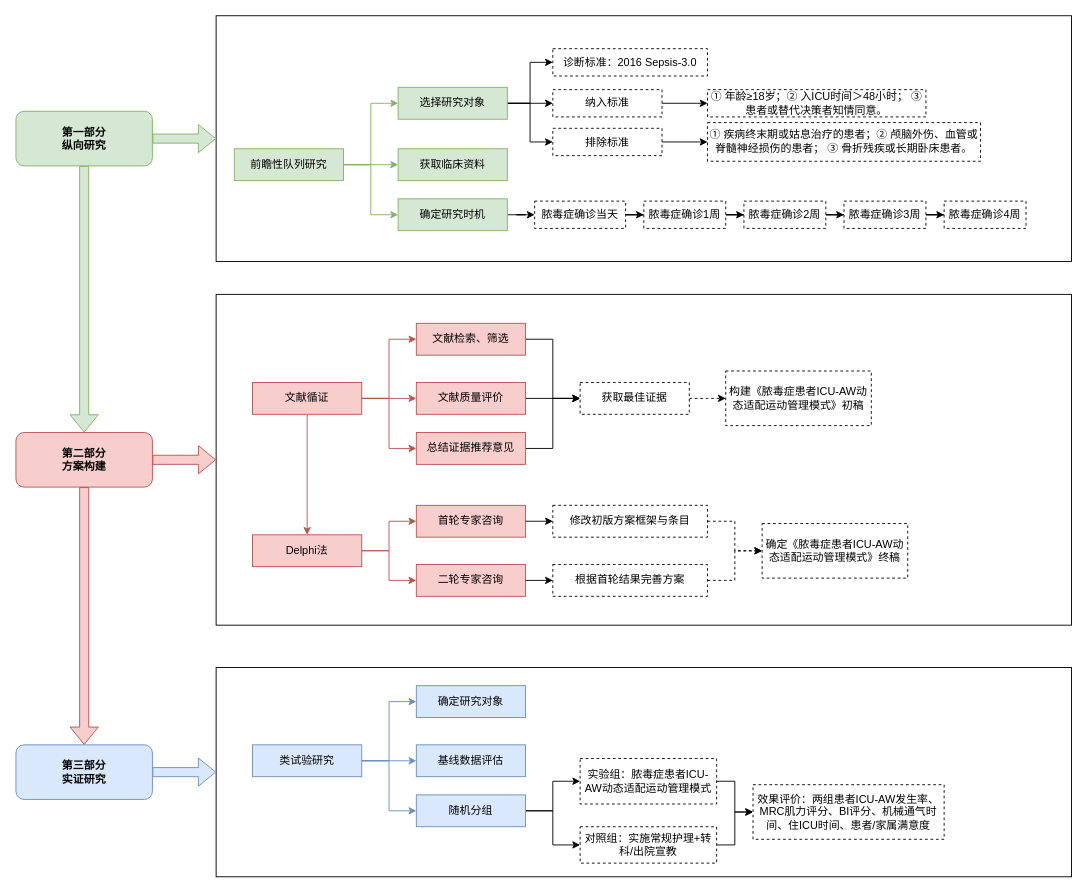
Above: 架构图.drawio in p1o2p3u1/draw_io_diagram (draw.io), before the change. Source tidied: cells renumbered, new cells numbered last; positions are measured from the earlier drawing's top-left corner, leaving out a move shared by most shapes. Both pictures are drawn from the tidied source at 91%, with x=0, y=0 at pixel (15, 15).
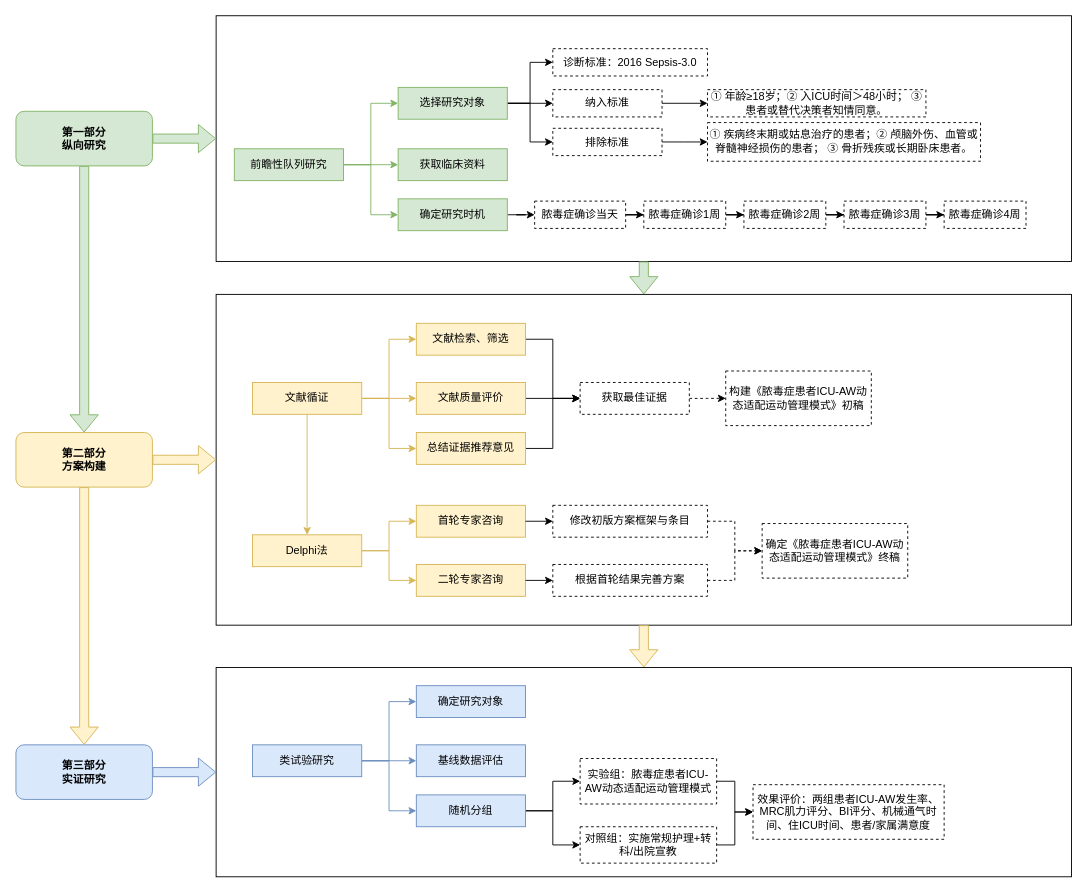
Above is the later version.

Commit message (it also covers changes not shown here):
更新架构图.drawio

Unchanged cells that the change refers to:
```xml
<mxCell id="2" style="rounded=0;whiteSpace=wrap;html=1;" parent="1" vertex="1">
  <mxGeometry x="220" y="716" width="940" height="230" as="geometry" />
</mxCell>
<mxCell id="3" style="rounded=0;whiteSpace=wrap;html=1;" parent="1" vertex="1">
  <mxGeometry x="220" y="306" width="940" height="363.5" as="geometry" />
</mxCell>
<mxCell id="4" style="rounded=0;whiteSpace=wrap;html=1;" parent="1" vertex="1">
  <mxGeometry x="220" y="-0.2" width="940" height="270" as="geometry" />
</mxCell>
<mxCell id="35" value="&lt;b&gt;第三部分&lt;/b&gt;&lt;div&gt;&lt;b&gt;实证研究&lt;/b&gt;&lt;/div&gt;" style="rounded=1;whiteSpace=wrap;html=1;fillColor=#dae8fc;strokeColor=#6c8ebf;" parent="1" vertex="1">
  <mxGeometry y="801" width="150" height="60" as="geometry" />
</mxCell>
```

Diff of the diagram source:
```diff
@@
-    <mxCell id="18" value="&lt;b&gt;第二部分&lt;/b&gt;&lt;div&gt;&lt;b&gt;方案构建&lt;/b&gt;&lt;/div&gt;" style="rounded=1;whiteSpace=wrap;html=1;fillColor=#f8cecc;strokeColor=#b85450;" parent="1" vertex="1">
+    <mxCell id="18" value="&lt;b&gt;第二部分&lt;/b&gt;&lt;div&gt;&lt;b&gt;方案构建&lt;/b&gt;&lt;/div&gt;" style="rounded=1;whiteSpace=wrap;html=1;fillColor=#fff2cc;strokeColor=#d6b656;fillStyle=auto;" parent="1" vertex="1">
       <mxGeometry y="457.8" width="150" height="60" as="geometry" />
     </mxCell>
-    <mxCell id="19" style="edgeStyle=orthogonalEdgeStyle;rounded=0;jettySize=auto;html=1;entryX=0;entryY=0.5;entryDx=0;entryDy=0;fillColor=#f8cecc;strokeColor=#b85450;" parent="1" edge="1" source="22" target="24">
+    <mxCell id="19" style="edgeStyle=orthogonalEdgeStyle;rounded=0;jettySize=auto;html=1;entryX=0;entryY=0.5;entryDx=0;entryDy=0;fillColor=#fff2cc;strokeColor=#d6b656;" parent="1" edge="1" source="22" target="24">
       <mxGeometry relative="1" as="geometry" />
     </mxCell>
-    <mxCell id="20" style="edgeStyle=orthogonalEdgeStyle;rounded=0;jettySize=auto;html=1;entryX=0;entryY=0.5;entryDx=0;entryDy=0;fillColor=#f8cecc;strokeColor=#b85450;" parent="1" edge="1" source="22" target="26">
+    <mxCell id="20" style="edgeStyle=orthogonalEdgeStyle;rounded=0;jettySize=auto;html=1;entryX=0;entryY=0.5;entryDx=0;entryDy=0;fillColor=#fff2cc;strokeColor=#d6b656;" parent="1" edge="1" source="22" target="26">
       <mxGeometry relative="1" as="geometry" />
     </mxCell>
-    <mxCell id="21" style="edgeStyle=orthogonalEdgeStyle;rounded=0;jettySize=auto;html=1;entryX=0;entryY=0.5;entryDx=0;entryDy=0;fillColor=#f8cecc;strokeColor=#b85450;" parent="1" edge="1" source="22" target="28">
+    <mxCell id="21" style="edgeStyle=orthogonalEdgeStyle;rounded=0;jettySize=auto;html=1;entryX=0;entryY=0.5;entryDx=0;entryDy=0;fillColor=#fff2cc;strokeColor=#d6b656;" parent="1" edge="1" source="22" target="28">
       <mxGeometry relative="1" as="geometry" />
     </mxCell>
-    <mxCell id="22" value="文献循证" style="rounded=0;whiteSpace=wrap;html=1;fillColor=#f8cecc;strokeColor=#b85450;" parent="1" vertex="1">
+    <mxCell id="22" value="文献循证" style="rounded=0;whiteSpace=wrap;html=1;fillColor=#fff2cc;strokeColor=#d6b656;" parent="1" vertex="1">
       <mxGeometry x="260" y="402.8" width="120" height="35" as="geometry" />
     </mxCell>
@@
-    <mxCell id="24" value="文献检索、筛选" style="rounded=0;whiteSpace=wrap;html=1;fillColor=#f8cecc;strokeColor=#b85450;" parent="1" vertex="1">
+    <mxCell id="24" value="文献检索、筛选" style="rounded=0;whiteSpace=wrap;html=1;fillColor=#fff2cc;strokeColor=#d6b656;" parent="1" vertex="1">
       <mxGeometry x="440" y="337.8" width="120" height="35" as="geometry" />
     </mxCell>
@@
-    <mxCell id="26" value="文献质量评价" style="rounded=0;whiteSpace=wrap;html=1;fillColor=#f8cecc;strokeColor=#b85450;" parent="1" vertex="1">
+    <mxCell id="26" value="文献质量评价" style="rounded=0;whiteSpace=wrap;html=1;fillColor=#fff2cc;strokeColor=#d6b656;" parent="1" vertex="1">
       <mxGeometry x="440" y="402.8" width="120" height="35" as="geometry" />
     </mxCell>
@@
-    <mxCell id="28" value="总结证据推荐意见" style="rounded=0;whiteSpace=wrap;html=1;fillColor=#f8cecc;strokeColor=#b85450;" parent="1" vertex="1">
+    <mxCell id="28" value="总结证据推荐意见" style="rounded=0;whiteSpace=wrap;html=1;fillColor=#fff2cc;strokeColor=#d6b656;" parent="1" vertex="1">
       <mxGeometry x="440" y="457.8" width="120" height="35" as="geometry" />
     </mxCell>
-    <mxCell id="29" style="edgeStyle=orthogonalEdgeStyle;rounded=0;jettySize=auto;html=1;entryX=0;entryY=0.5;entryDx=0;entryDy=0;fillColor=#f8cecc;strokeColor=#b85450;" parent="1" edge="1" source="31" target="32">
+    <mxCell id="29" style="edgeStyle=orthogonalEdgeStyle;rounded=0;jettySize=auto;html=1;entryX=0;entryY=0.5;entryDx=0;entryDy=0;fillColor=#fff2cc;strokeColor=#d6b656;" parent="1" edge="1" source="31" target="32">
       <mxGeometry relative="1" as="geometry" />
     </mxCell>
-    <mxCell id="30" style="edgeStyle=orthogonalEdgeStyle;rounded=0;jettySize=auto;html=1;entryX=0;entryY=0.5;entryDx=0;entryDy=0;fillColor=#f8cecc;strokeColor=#b85450;" parent="1" edge="1" source="31" target="33">
+    <mxCell id="30" style="edgeStyle=orthogonalEdgeStyle;rounded=0;jettySize=auto;html=1;entryX=0;entryY=0.5;entryDx=0;entryDy=0;fillColor=#fff2cc;strokeColor=#d6b656;" parent="1" edge="1" source="31" target="33">
       <mxGeometry relative="1" as="geometry" />
     </mxCell>
-    <mxCell id="31" value="Delphi法" style="rounded=0;whiteSpace=wrap;html=1;fillColor=#f8cecc;strokeColor=#b85450;" parent="1" vertex="1">
+    <mxCell id="31" value="Delphi法" style="rounded=0;whiteSpace=wrap;html=1;fillColor=#fff2cc;strokeColor=#d6b656;" parent="1" vertex="1">
       <mxGeometry x="260" y="570.2" width="120" height="35" as="geometry" />
     </mxCell>
-    <mxCell id="32" value="首轮专家咨询" style="rounded=0;whiteSpace=wrap;html=1;fillColor=#f8cecc;strokeColor=#b85450;" parent="1" vertex="1">
+    <mxCell id="32" value="首轮专家咨询" style="rounded=0;whiteSpace=wrap;html=1;fillColor=#fff2cc;strokeColor=#d6b656;" parent="1" vertex="1">
       <mxGeometry x="440" y="537.8" width="120" height="35" as="geometry" />
     </mxCell>
-    <mxCell id="33" value="二轮专家咨询" style="rounded=0;whiteSpace=wrap;html=1;fillColor=#f8cecc;strokeColor=#b85450;" parent="1" vertex="1">
+    <mxCell id="33" value="二轮专家咨询" style="rounded=0;whiteSpace=wrap;html=1;fillColor=#fff2cc;strokeColor=#d6b656;" parent="1" vertex="1">
       <mxGeometry x="440" y="602.8" width="120" height="35" as="geometry" />
     </mxCell>
-    <mxCell id="34" style="endArrow=classic;html=1;rounded=0;exitX=0.5;exitY=1;exitDx=0;exitDy=0;entryX=0.5;entryY=0;entryDx=0;entryDy=0;fillColor=#f8cecc;strokeColor=#b85450;" parent="1" edge="1" source="22" target="31">
+    <mxCell id="34" style="endArrow=classic;html=1;rounded=0;exitX=0.5;exitY=1;exitDx=0;exitDy=0;entryX=0.5;entryY=0;entryDx=0;entryDy=0;fillColor=#fff2cc;strokeColor=#d6b656;" parent="1" edge="1" source="22" target="31">
       <mxGeometry relative="1" as="geometry" />
     </mxCell>
@@
-    <mxCell id="36" style="shape=flexArrow;endArrow=classic;html=1;rounded=0;exitX=0.5;exitY=1;exitDx=0;exitDy=0;entryX=0.5;entryY=0;entryDx=0;entryDy=0;fillColor=#f8cecc;strokeColor=#b85450;" parent="1" edge="1" source="18" target="35">
+    <mxCell id="36" style="shape=flexArrow;endArrow=classic;html=1;rounded=0;exitX=0.5;exitY=1;exitDx=0;exitDy=0;entryX=0.5;entryY=0;entryDx=0;entryDy=0;fillColor=#fff2cc;strokeColor=#d6b656;" parent="1" edge="1" source="18" target="35">
       <mxGeometry relative="1" as="geometry" />
     </mxCell>
@@
-    <mxCell id="78" style="shape=flexArrow;endArrow=classic;html=1;rounded=0;exitX=1;exitY=0.5;exitDx=0;exitDy=0;entryX=0;entryY=0.5;entryDx=0;entryDy=0;fillColor=#f8cecc;strokeColor=#b85450;" parent="1" edge="1" source="18" target="3">
+    <mxCell id="78" style="shape=flexArrow;endArrow=classic;html=1;rounded=0;exitX=1;exitY=0.5;exitDx=0;exitDy=0;entryX=0;entryY=0.5;entryDx=0;entryDy=0;fillColor=#fff2cc;strokeColor=#d6b656;" parent="1" edge="1" source="18" target="3">
       <mxGeometry relative="1" as="geometry" />
     </mxCell>
@@
+    <mxCell id="80" style="shape=flexArrow;endArrow=classic;html=1;rounded=0;exitX=0.5;exitY=1;exitDx=0;exitDy=0;entryX=0.5;entryY=0;entryDx=0;entryDy=0;fillColor=#d5e8d4;strokeColor=#82b366;" parent="1" edge="1" source="4" target="3">
+      <mxGeometry relative="1" as="geometry" />
+    </mxCell>
+    <mxCell id="81" style="shape=flexArrow;endArrow=classic;html=1;rounded=0;exitX=0.5;exitY=1;exitDx=0;exitDy=0;fillColor=#fff2cc;strokeColor=#d6b656;" parent="1" edge="1" source="3" target="2">
+      <mxGeometry relative="1" as="geometry" />
+    </mxCell>
```
